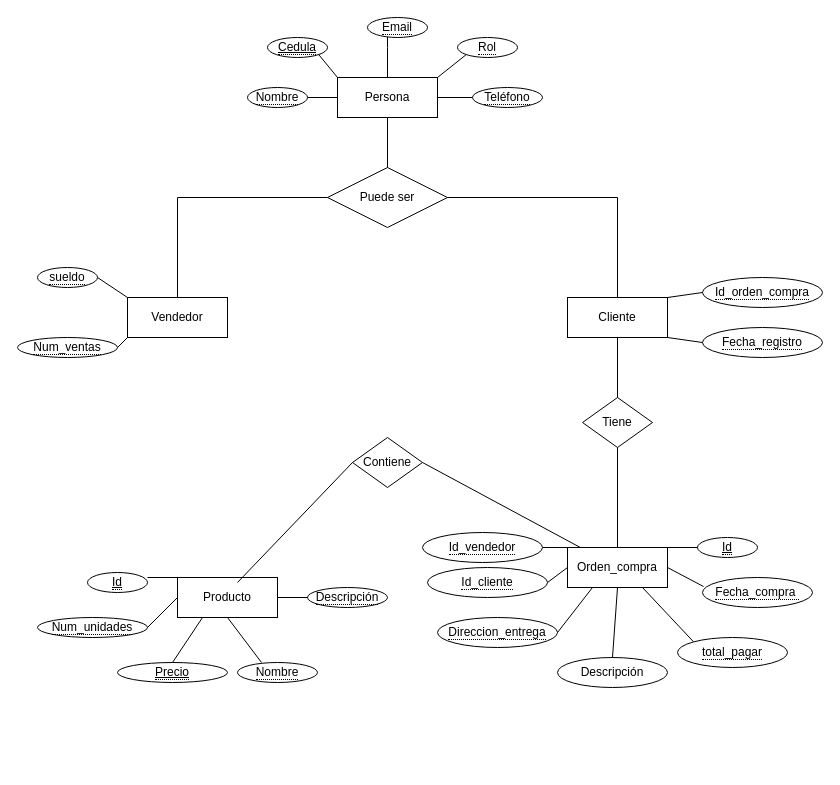
leonyudithk/Bakery-Shop keeps this draw.io diagram as Diagrama sin título.drawio. Above is the earlier version. Source tidied: cells renumbered, new cells numbered last; positions are measured from the earlier drawing's top-left corner, leaving out a move shared by most shapes. Both pictures are drawn from the tidied source at 100%, with x=0, y=0 at pixel (17, 17).
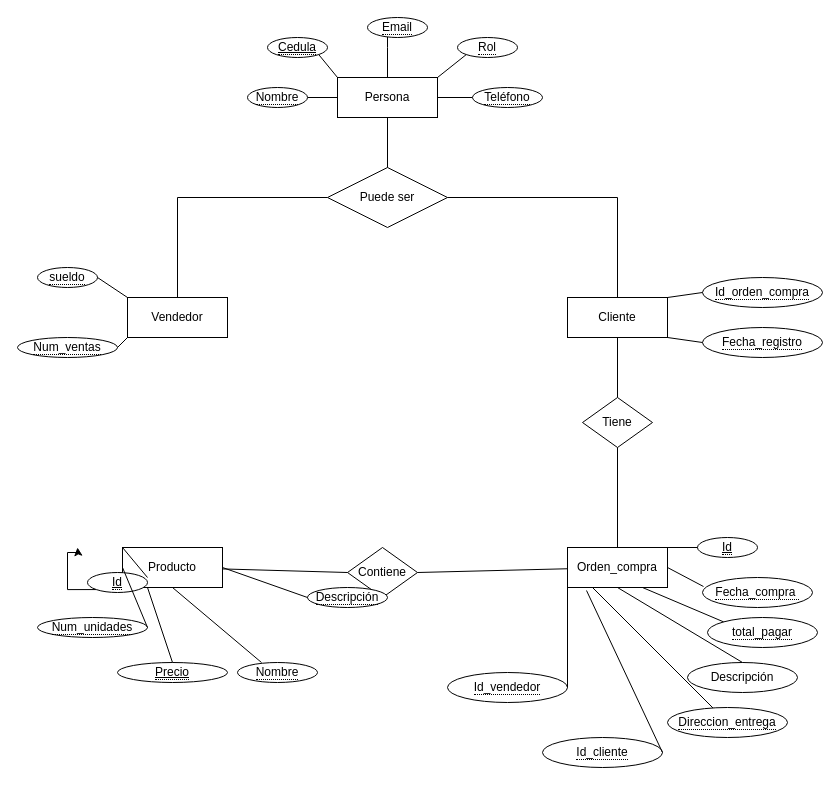
The same diagram, later.

The change refers to these unchanged cells:
```xml
<mxCell id="5" value="Orden_compra" style="whiteSpace=wrap;html=1;align=center;" parent="1" vertex="1">
  <mxGeometry x="550" y="530" width="100" height="40" as="geometry" />
</mxCell>
<mxCell id="28" value="&lt;span style=&quot;border-bottom: 1px dotted&quot;&gt;&lt;u&gt;Id&lt;/u&gt;&lt;/span&gt;" style="ellipse;whiteSpace=wrap;html=1;align=center;rotation=0;" parent="1" vertex="1">
  <mxGeometry x="70" y="555" width="60" height="20" as="geometry" />
</mxCell>
```

Diff of the diagram source:
```diff
@@
     <mxCell id="4" value="Producto" style="whiteSpace=wrap;html=1;align=center;" parent="1" vertex="1">
-      <mxGeometry x="160" y="560" width="100" height="40" as="geometry" />
+      <mxGeometry x="105" y="530" width="100" height="40" as="geometry" />
     </mxCell>
@@
     <mxCell id="14" value="Contiene" style="rhombus;whiteSpace=wrap;html=1;" parent="1" vertex="1">
-      <mxGeometry x="335" y="420" width="70" height="50" as="geometry" />
+      <mxGeometry x="330" y="530" width="70" height="50" as="geometry" />
     </mxCell>
@@
     <mxCell id="24" value="&lt;span style=&quot;border-bottom: 1px dotted&quot;&gt;total_pagar&lt;/span&gt;" style="ellipse;whiteSpace=wrap;html=1;align=center;rotation=0;" parent="1" vertex="1">
-      <mxGeometry x="660" y="620" width="110" height="30" as="geometry" />
+      <mxGeometry x="690" y="600" width="110" height="30" as="geometry" />
     </mxCell>
     <mxCell id="25" value="Descripción" style="ellipse;whiteSpace=wrap;html=1;align=center;rotation=0;" parent="1" vertex="1">
-      <mxGeometry x="540" y="640" width="110" height="30" as="geometry" />
+      <mxGeometry x="670" y="645" width="110" height="30" as="geometry" />
     </mxCell>
     <mxCell id="26" value="&lt;span style=&quot;border-bottom: 1px dotted&quot;&gt;Id_cliente&lt;/span&gt;" style="ellipse;whiteSpace=wrap;html=1;align=center;rotation=0;" parent="1" vertex="1">
-      <mxGeometry x="410" y="550" width="120" height="30" as="geometry" />
+      <mxGeometry x="525" y="720" width="120" height="30" as="geometry" />
     </mxCell>
     <mxCell id="27" value="&lt;span style=&quot;border-bottom: 1px dotted&quot;&gt;Id_vendedor&lt;/span&gt;" style="ellipse;whiteSpace=wrap;html=1;align=center;rotation=0;" parent="1" vertex="1">
-      <mxGeometry x="405" y="515" width="120" height="30" as="geometry" />
+      <mxGeometry x="430" y="655" width="120" height="30" as="geometry" />
     </mxCell>
+    <mxCell id="59" style="edgeStyle=orthogonalEdgeStyle;rounded=0;jettySize=auto;html=1;exitX=0;exitY=1;exitDx=0;exitDy=0;" parent="1" edge="1" source="28">
+      <mxGeometry relative="1" as="geometry">
+        <mxPoint x="60" y="530" as="targetPoint" />
+      </mxGeometry>
+    </mxCell>
@@
     <mxCell id="33" value="&lt;span style=&quot;border-bottom: 1px dotted&quot;&gt;Direccion_entrega&lt;/span&gt;" style="ellipse;whiteSpace=wrap;html=1;align=center;rotation=0;" parent="1" vertex="1">
-      <mxGeometry x="420" y="600" width="120" height="30" as="geometry" />
+      <mxGeometry x="650" y="690" width="120" height="30" as="geometry" />
     </mxCell>
@@
-    <mxCell id="35" style="endArrow=none;html=1;rounded=0;exitX=1;exitY=0.5;exitDx=0;exitDy=0;entryX=0;entryY=0.5;entryDx=0;entryDy=0;" parent="1" edge="1" source="26" target="5">
+    <mxCell id="35" style="endArrow=none;html=1;rounded=0;exitX=1;exitY=0.5;exitDx=0;exitDy=0;entryX=0.19;entryY=1.075;entryDx=0;entryDy=0;entryPerimeter=0;" parent="1" edge="1" source="26" target="5">
       <mxGeometry relative="1" as="geometry" />
     </mxCell>
-    <mxCell id="36" style="endArrow=none;html=1;rounded=0;exitX=1;exitY=0.5;exitDx=0;exitDy=0;entryX=0.25;entryY=1;entryDx=0;entryDy=0;" parent="1" edge="1" source="33" target="5">
+    <mxCell id="36" style="endArrow=none;html=1;rounded=0;entryX=0.25;entryY=1;entryDx=0;entryDy=0;" parent="1" edge="1" source="33" target="5">
       <mxGeometry relative="1" as="geometry" />
     </mxCell>
@@
-    <mxCell id="54" style="endArrow=none;html=1;rounded=0;entryX=0;entryY=0.5;entryDx=0;entryDy=0;" parent="1" edge="1" target="14">
-      <mxGeometry relative="1" as="geometry">
-        <mxPoint x="220" y="565" as="sourcePoint" />
-      </mxGeometry>
+    <mxCell id="54" style="endArrow=none;html=1;rounded=0;entryX=0;entryY=0.5;entryDx=0;entryDy=0;" parent="1" edge="1" source="4" target="14">
+      <mxGeometry relative="1" as="geometry" />
     </mxCell>
```
